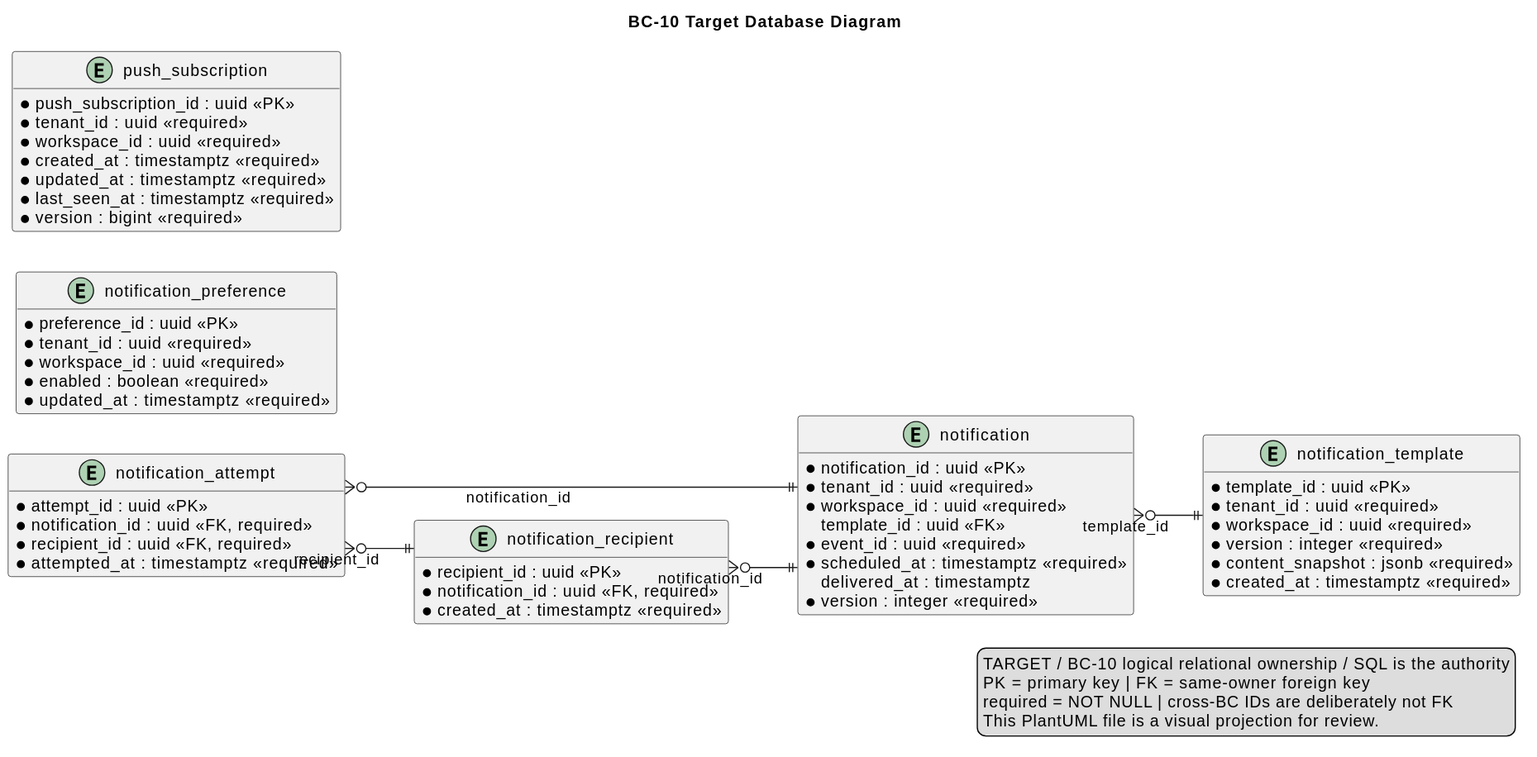
Earlier version of the PlantUML export report/assets/chapter-2/tactical/BC-10/database-diagram.svg (nexa-suite/mobile-report).
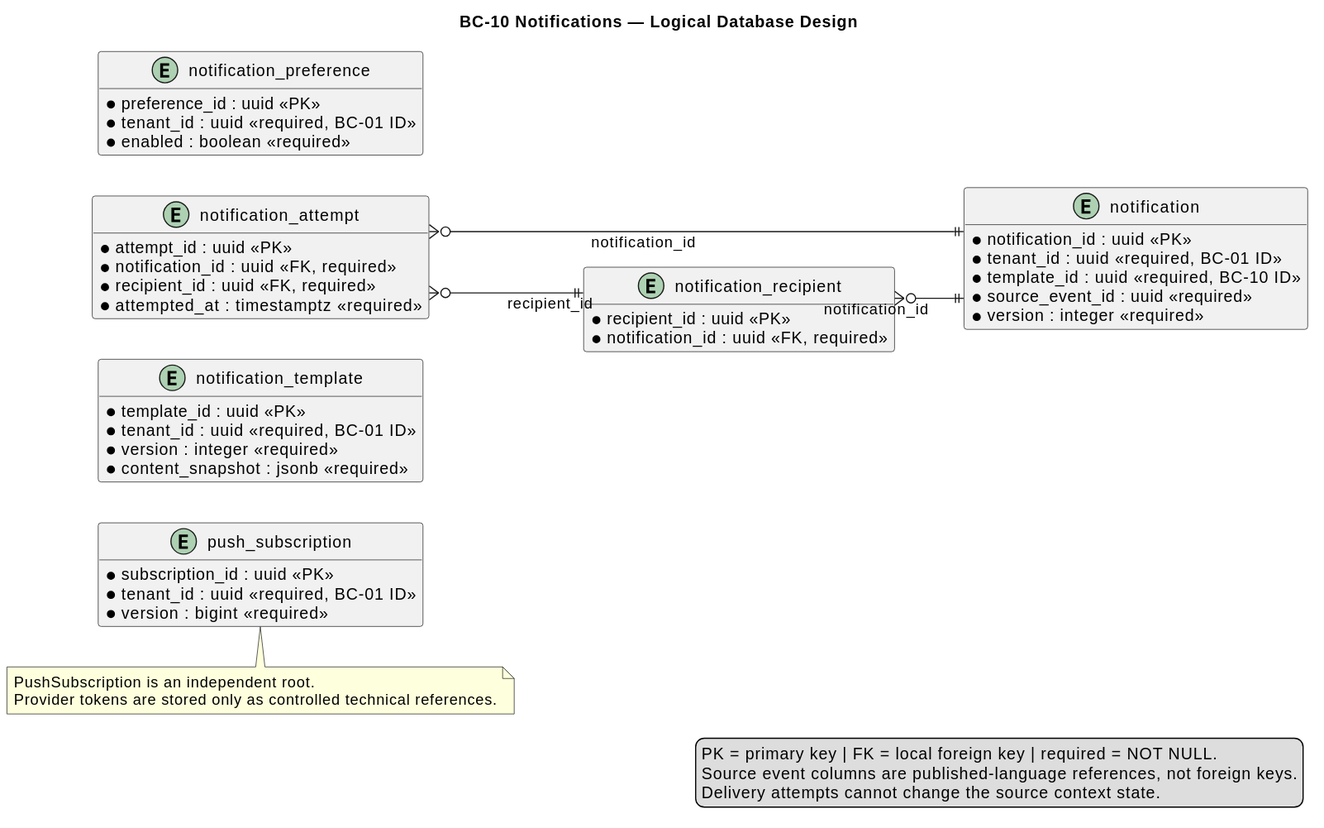
Above is the later version.

Diff of the diagram source:
```diff
@@ -1,5 +1,5 @@
 @startuml
-title BC-10 Target Database Diagram
+title BC-10 Notifications — Logical Database Design
 left to right direction
 hide methods
 skinparam shadowing false
@@ -10,68 +10,37 @@
   FontColor #0F172A
 }
 
-entity "notification_template" as t_notification_template {
+entity "notification_template" as notification_template {
   * template_id : uuid <<PK>>
-  * tenant_id : uuid <<required>>
-  * workspace_id : uuid <<required>>
-  * event_type : varchar(160) <<required>>
+  * tenant_id : uuid <<required, BC-01 ID>>
+  * template_key : varchar(160) <<required>>
   * channel : varchar(32) <<required>>
   * version : integer <<required>>
   * content_snapshot : jsonb <<required>>
   * status : varchar(32) <<required>>
-  * created_at : timestamptz <<required>>
 }
 
-entity "notification" as t_notification {
+entity "notification" as notification {
   * notification_id : uuid <<PK>>
-  * tenant_id : uuid <<required>>
-  * workspace_id : uuid <<required>>
-    template_id : uuid <<FK>>
-  * event_id : uuid <<required>>
-  * event_type : varchar(160) <<required>>
+  * tenant_id : uuid <<required, BC-01 ID>>
+  * template_id : uuid <<required, BC-10 ID>>
+  * source_event_id : uuid <<required>>
+  * source_context : varchar(80) <<required>>
+  * source_event_type : varchar(160) <<required>>
   * status : varchar(32) <<required>>
-  * scheduled_at : timestamptz <<required>>
-    delivered_at : timestamptz
   * version : integer <<required>>
 }
 
-entity "notification_recipient" as t_notification_recipient {
+entity "notification_recipient" as notification_recipient {
   * recipient_id : uuid <<PK>>
   * notification_id : uuid <<FK, required>>
-  * recipient_key : varchar(240) <<required>>
-  * channel_address : varchar(320) <<required>>
+  * recipient_reference : varchar(240) <<required>>
+  * channel : varchar(32) <<required>>
+  * destination_snapshot : varchar(320) <<required>>
   * status : varchar(32) <<required>>
-  * created_at : timestamptz <<required>>
 }
 
-entity "notification_preference" as t_notification_preference {
-  * preference_id : uuid <<PK>>
-  * tenant_id : uuid <<required>>
-  * workspace_id : uuid <<required>>
-  * recipient_key : varchar(240) <<required>>
-  * event_type : varchar(160) <<required>>
-  * channel : varchar(32) <<required>>
-  * enabled : boolean <<required>>
-  * updated_at : timestamptz <<required>>
-}
-
-entity "push_subscription" as t_push_subscription {
-  * push_subscription_id : uuid <<PK>>
-  * tenant_id : uuid <<required>>
-  * workspace_id : uuid <<required>>
-  * recipient_key : varchar(240) <<required>>
-  * surface : varchar(32) <<required>>
-  * installation_id : varchar(160) <<required>>
-  * platform : varchar(16) <<required>>
-  * provider_token_hash : char(64) <<required>>
-  * status : varchar(32) <<required>>
-  * created_at : timestamptz <<required>>
-  * updated_at : timestamptz <<required>>
-  * last_seen_at : timestamptz <<required>>
-  * version : bigint <<required>>
-}
-
-entity "notification_attempt" as t_notification_attempt {
+entity "notification_attempt" as notification_attempt {
   * attempt_id : uuid <<PK>>
   * notification_id : uuid <<FK, required>>
   * recipient_id : uuid <<FK, required>>
@@ -82,15 +51,39 @@
   * attempted_at : timestamptz <<required>>
 }
 
-t_notification }o--|| t_notification_template : template_id
-t_notification_recipient }o--|| t_notification : notification_id
-t_notification_attempt }o--|| t_notification : notification_id
-t_notification_attempt }o--|| t_notification_recipient : recipient_id
+entity "notification_preference" as notification_preference {
+  * preference_id : uuid <<PK>>
+  * tenant_id : uuid <<required, BC-01 ID>>
+  * recipient_reference : varchar(240) <<required>>
+  * event_type : varchar(160) <<required>>
+  * channel : varchar(32) <<required>>
+  * enabled : boolean <<required>>
+    unique(tenant_id, recipient_reference, event_type, channel)
+}
+
+entity "push_subscription" as push_subscription {
+  * subscription_id : uuid <<PK>>
+  * tenant_id : uuid <<required, BC-01 ID>>
+  * recipient_reference : varchar(240) <<required>>
+  * installation_id : varchar(160) <<required>>
+  * platform : varchar(16) <<required>>
+  * provider_token_hash : char(64) <<required>>
+  * status : varchar(32) <<required>>
+  * version : bigint <<required>>
+}
+
+notification_recipient }o--|| notification : notification_id
+notification_attempt }o--|| notification : notification_id
+notification_attempt }o--|| notification_recipient : recipient_id
+
+note bottom of push_subscription
+PushSubscription is an independent root.
+Provider tokens are stored only as controlled technical references.
+end note
 
 legend right
-TARGET / BC-10 logical relational ownership / SQL is the authority
-PK = primary key | FK = same-owner foreign key
-required = NOT NULL | cross-BC IDs are deliberately not FK
-This PlantUML file is a visual projection for review.
+PK = primary key | FK = local foreign key | required = NOT NULL.
+Source event columns are published-language references, not foreign keys.
+Delivery attempts cannot change the source context state.
 endlegend
 @enduml
```
